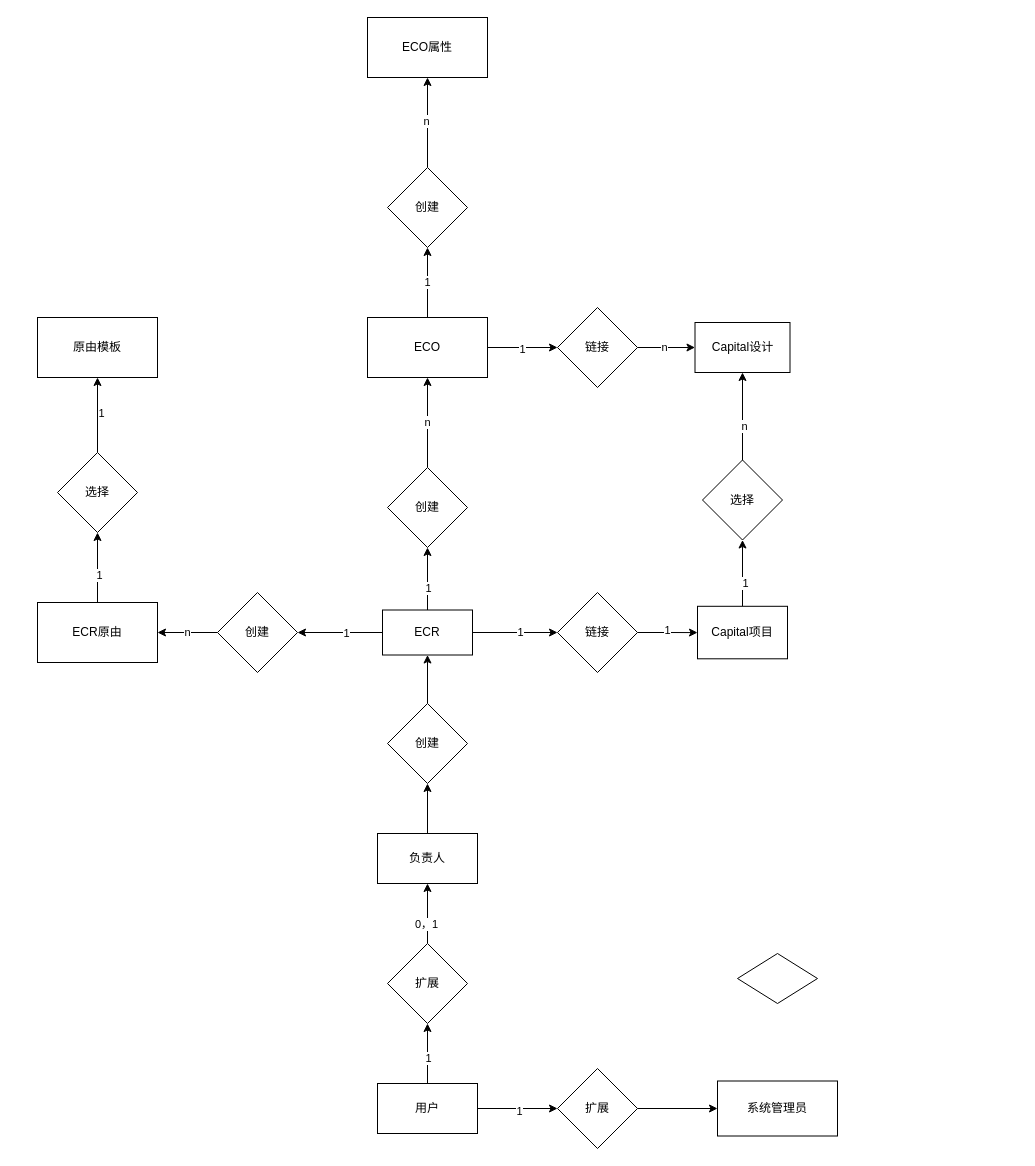
The draw.io diagram ECR/系统ER图.drawio in Merlin218/draw-file, before the edit. Source tidied: cells renumbered, new cells numbered last; positions are measured from the earlier drawing's top-left corner, leaving out a move shared by most shapes. Both pictures are drawn from the tidied source at 100%, with x=0, y=0 at pixel (37, 17).
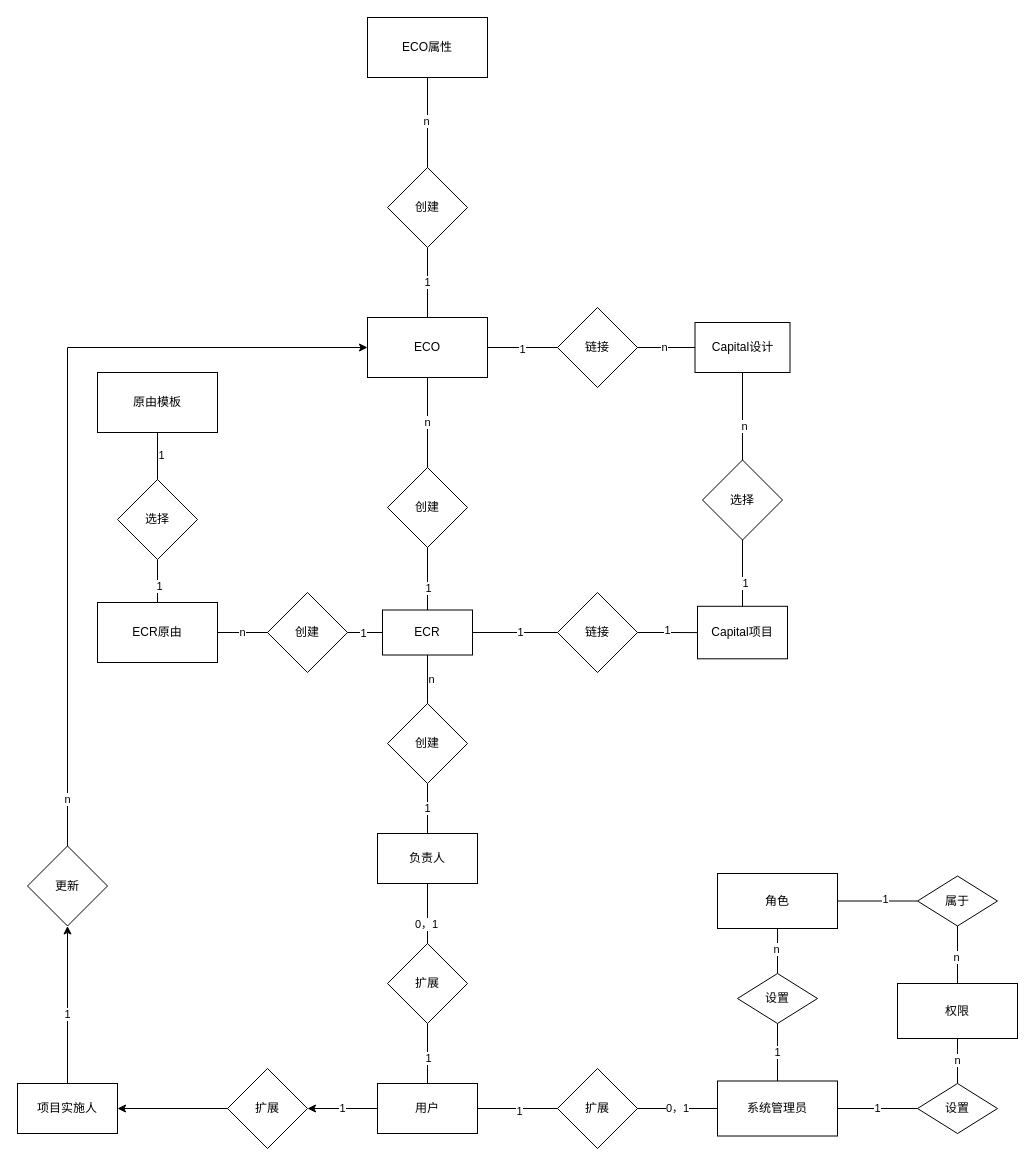
The same page after the edit.

Commit message (it also covers changes not shown here):
更新系统ER图.drawio

The change refers to these unchanged cells:
```xml
<mxCell id="5" value="用户" style="rounded=0;whiteSpace=wrap;html=1;" parent="1" vertex="1">
  <mxGeometry x="340" y="1066" width="100" height="50" as="geometry" />
</mxCell>
<mxCell id="7" value="创建" style="rhombus;whiteSpace=wrap;html=1;rounded=0;" parent="1" vertex="1">
  <mxGeometry x="350" y="686" width="80" height="80" as="geometry" />
</mxCell>
<mxCell id="14" value="ECR" style="whiteSpace=wrap;html=1;rounded=0;" parent="1" vertex="1">
  <mxGeometry x="345" y="592.5" width="90" height="45" as="geometry" />
</mxCell>
<mxCell id="17" value="链接" style="rhombus;whiteSpace=wrap;html=1;rounded=0;" parent="1" vertex="1">
  <mxGeometry x="520" y="575" width="80" height="80" as="geometry" />
</mxCell>
<mxCell id="20" value="Capital项目" style="whiteSpace=wrap;html=1;rounded=0;" parent="1" vertex="1">
  <mxGeometry x="660" y="588.8" width="90" height="52.5" as="geometry" />
</mxCell>
<mxCell id="23" value="选择" style="rhombus;whiteSpace=wrap;html=1;rounded=0;" parent="1" vertex="1">
  <mxGeometry x="665" y="442.5" width="80" height="80" as="geometry" />
</mxCell>
<mxCell id="24" value="Capital设计" style="whiteSpace=wrap;html=1;rounded=0;" parent="1" vertex="1">
  <mxGeometry x="657.5" y="305" width="95" height="50" as="geometry" />
</mxCell>
<mxCell id="26" value="创建" style="rhombus;whiteSpace=wrap;html=1;rounded=0;" parent="1" vertex="1">
  <mxGeometry x="350" y="450" width="80" height="80" as="geometry" />
</mxCell>
<mxCell id="30" value="ECO" style="whiteSpace=wrap;html=1;rounded=0;" parent="1" vertex="1">
  <mxGeometry x="330" y="300" width="120" height="60" as="geometry" />
</mxCell>
<mxCell id="33" value="链接" style="rhombus;whiteSpace=wrap;html=1;rounded=0;" parent="1" vertex="1">
  <mxGeometry x="520" y="290" width="80" height="80" as="geometry" />
</mxCell>
<mxCell id="36" value="创建" style="rhombus;whiteSpace=wrap;html=1;rounded=0;" parent="1" vertex="1">
  <mxGeometry x="350" y="150" width="80" height="80" as="geometry" />
</mxCell>
<mxCell id="37" value="ECO属性" style="whiteSpace=wrap;html=1;rounded=0;" parent="1" vertex="1">
  <mxGeometry x="330" width="120" height="60" as="geometry" />
</mxCell>
<mxCell id="49" value="负责人" style="rounded=0;whiteSpace=wrap;html=1;" parent="1" vertex="1">
  <mxGeometry x="340" y="816" width="100" height="50" as="geometry" />
</mxCell>
<mxCell id="52" value="扩展" style="rhombus;whiteSpace=wrap;html=1;rounded=0;" parent="1" vertex="1">
  <mxGeometry x="350" y="926" width="80" height="80" as="geometry" />
</mxCell>
<mxCell id="54" value="扩展" style="rhombus;whiteSpace=wrap;html=1;rounded=0;" parent="1" vertex="1">
  <mxGeometry x="520" y="1051" width="80" height="80" as="geometry" />
</mxCell>
<mxCell id="55" value="系统管理员" style="whiteSpace=wrap;html=1;rounded=0;" parent="1" vertex="1">
  <mxGeometry x="680" y="1063.5" width="120" height="55" as="geometry" />
</mxCell>
```

What changed in the source:
```diff
@@
-    <mxCell id="2" style="edgeStyle=orthogonalEdgeStyle;rounded=0;jettySize=auto;html=1;" parent="1" edge="1" source="49" target="7">
+    <mxCell id="2" value="1" style="edgeStyle=orthogonalEdgeStyle;rounded=0;jettySize=auto;html=1;endArrow=none;endFill=0;" parent="1" edge="1" source="49" target="7">
       <mxGeometry relative="1" as="geometry" />
     </mxCell>
-    <mxCell id="3" style="edgeStyle=orthogonalEdgeStyle;rounded=0;jettySize=auto;html=1;" parent="1" edge="1" source="5" target="54">
+    <mxCell id="3" style="edgeStyle=orthogonalEdgeStyle;rounded=0;jettySize=auto;html=1;endArrow=none;endFill=0;" parent="1" edge="1" source="5" target="54">
       <mxGeometry relative="1" as="geometry" />
     </mxCell>
@@
+    <mxCell id="57" value="1" style="edgeStyle=orthogonalEdgeStyle;rounded=0;jettySize=auto;html=1;exitX=0;exitY=0.5;exitDx=0;exitDy=0;entryX=1;entryY=0.5;entryDx=0;entryDy=0;" parent="1" edge="1" source="5" target="73">
+      <mxGeometry relative="1" as="geometry" />
+    </mxCell>
@@
-    <mxCell id="6" style="edgeStyle=orthogonalEdgeStyle;rounded=0;jettySize=auto;html=1;" parent="1" edge="1" source="7" target="14">
+    <mxCell id="6" style="edgeStyle=orthogonalEdgeStyle;rounded=0;jettySize=auto;html=1;endArrow=none;endFill=0;" parent="1" edge="1" source="7" target="14">
       <mxGeometry relative="1" as="geometry" />
     </mxCell>
+    <mxCell id="58" value="n" style="edgeLabel;html=1;align=center;verticalAlign=middle;" parent="6" vertex="1">
+      <mxGeometry x="0.03" y="-3" relative="1" as="geometry" />
+    </mxCell>
@@
-    <mxCell id="8" style="edgeStyle=orthogonalEdgeStyle;rounded=0;jettySize=auto;html=1;" parent="1" edge="1" source="14" target="17">
+    <mxCell id="8" style="edgeStyle=orthogonalEdgeStyle;rounded=0;jettySize=auto;html=1;endArrow=none;endFill=0;" parent="1" edge="1" source="14" target="17">
       <mxGeometry relative="1" as="geometry" />
     </mxCell>
@@
-    <mxCell id="10" style="edgeStyle=orthogonalEdgeStyle;rounded=0;jettySize=auto;html=1;" parent="1" edge="1" source="14" target="26">
+    <mxCell id="10" style="edgeStyle=orthogonalEdgeStyle;rounded=0;jettySize=auto;html=1;endArrow=none;endFill=0;" parent="1" edge="1" source="14" target="26">
       <mxGeometry relative="1" as="geometry" />
     </mxCell>
@@
-    <mxCell id="12" style="edgeStyle=orthogonalEdgeStyle;rounded=0;jettySize=auto;html=1;" parent="1" edge="1" source="14" target="39">
+    <mxCell id="12" style="edgeStyle=orthogonalEdgeStyle;rounded=0;jettySize=auto;html=1;endArrow=none;endFill=0;" parent="1" edge="1" source="14" target="39">
       <mxGeometry relative="1" as="geometry" />
     </mxCell>
@@
-    <mxCell id="15" style="edgeStyle=orthogonalEdgeStyle;rounded=0;jettySize=auto;html=1;" parent="1" edge="1" source="17" target="20">
+    <mxCell id="15" style="edgeStyle=orthogonalEdgeStyle;rounded=0;jettySize=auto;html=1;endArrow=none;endFill=0;" parent="1" edge="1" source="17" target="20">
       <mxGeometry relative="1" as="geometry" />
     </mxCell>
@@
-    <mxCell id="18" style="edgeStyle=orthogonalEdgeStyle;rounded=0;jettySize=auto;html=1;" parent="1" edge="1" source="20" target="23">
+    <mxCell id="18" style="edgeStyle=orthogonalEdgeStyle;rounded=0;jettySize=auto;html=1;endArrow=none;endFill=0;" parent="1" edge="1" source="20" target="23">
       <mxGeometry relative="1" as="geometry" />
     </mxCell>
@@
-    <mxCell id="21" style="edgeStyle=orthogonalEdgeStyle;rounded=0;jettySize=auto;html=1;" parent="1" edge="1" source="23" target="24">
+    <mxCell id="21" style="edgeStyle=orthogonalEdgeStyle;rounded=0;jettySize=auto;html=1;endArrow=none;endFill=0;" parent="1" edge="1" source="23" target="24">
       <mxGeometry relative="1" as="geometry" />
     </mxCell>
@@
-    <mxCell id="25" value="n" style="edgeStyle=orthogonalEdgeStyle;rounded=0;jettySize=auto;html=1;" parent="1" edge="1" source="26" target="30">
+    <mxCell id="25" value="n" style="edgeStyle=orthogonalEdgeStyle;rounded=0;jettySize=auto;html=1;endArrow=none;endFill=0;" parent="1" edge="1" source="26" target="30">
       <mxGeometry relative="1" as="geometry" />
     </mxCell>
@@
-    <mxCell id="27" style="edgeStyle=orthogonalEdgeStyle;rounded=0;jettySize=auto;html=1;" parent="1" edge="1" source="30" target="33">
+    <mxCell id="27" style="edgeStyle=orthogonalEdgeStyle;rounded=0;jettySize=auto;html=1;endArrow=none;endFill=0;" parent="1" edge="1" source="30" target="33">
       <mxGeometry relative="1" as="geometry" />
     </mxCell>
@@
-    <mxCell id="29" value="1" style="edgeStyle=orthogonalEdgeStyle;rounded=0;jettySize=auto;html=1;" parent="1" edge="1" source="30" target="36">
+    <mxCell id="29" value="1" style="edgeStyle=orthogonalEdgeStyle;rounded=0;jettySize=auto;html=1;endArrow=none;endFill=0;" parent="1" edge="1" source="30" target="36">
       <mxGeometry relative="1" as="geometry" />
     </mxCell>
@@
-    <mxCell id="31" style="edgeStyle=orthogonalEdgeStyle;rounded=0;jettySize=auto;html=1;" parent="1" edge="1" source="33" target="24">
+    <mxCell id="31" style="edgeStyle=orthogonalEdgeStyle;rounded=0;jettySize=auto;html=1;endArrow=none;endFill=0;" parent="1" edge="1" source="33" target="24">
       <mxGeometry relative="1" as="geometry" />
     </mxCell>
@@
-    <mxCell id="34" style="edgeStyle=orthogonalEdgeStyle;rounded=0;jettySize=auto;html=1;" parent="1" edge="1" source="36" target="37">
+    <mxCell id="34" style="edgeStyle=orthogonalEdgeStyle;rounded=0;jettySize=auto;html=1;endArrow=none;endFill=0;" parent="1" edge="1" source="36" target="37">
       <mxGeometry relative="1" as="geometry" />
     </mxCell>
@@
-    <mxCell id="38" value="n" style="edgeStyle=orthogonalEdgeStyle;rounded=0;jettySize=auto;html=1;" parent="1" edge="1" source="39" target="42">
+    <mxCell id="38" value="n" style="edgeStyle=orthogonalEdgeStyle;rounded=0;jettySize=auto;html=1;endArrow=none;endFill=0;exitX=0;exitY=0.5;exitDx=0;exitDy=0;" parent="1" edge="1" source="39" target="42">
       <mxGeometry relative="1" as="geometry" />
     </mxCell>
     <mxCell id="39" value="创建" style="rhombus;whiteSpace=wrap;html=1;rounded=0;" parent="1" vertex="1">
-      <mxGeometry x="180" y="575" width="80" height="80" as="geometry" />
+      <mxGeometry x="230" y="575" width="80" height="80" as="geometry" />
     </mxCell>
-    <mxCell id="40" style="edgeStyle=orthogonalEdgeStyle;rounded=0;jettySize=auto;html=1;" parent="1" edge="1" source="42" target="46">
+    <mxCell id="40" style="edgeStyle=orthogonalEdgeStyle;rounded=0;jettySize=auto;html=1;endArrow=none;endFill=0;" parent="1" edge="1" source="42" target="46">
       <mxGeometry relative="1" as="geometry" />
     </mxCell>
@@
     <mxCell id="42" value="ECR原由" style="whiteSpace=wrap;html=1;rounded=0;" parent="1" vertex="1">
-      <mxGeometry y="585" width="120" height="60" as="geometry" />
+      <mxGeometry x="60" y="585" width="120" height="60" as="geometry" />
     </mxCell>
     <mxCell id="43" value="原由模板" style="whiteSpace=wrap;html=1;rounded=0;" parent="1" vertex="1">
-      <mxGeometry y="300" width="120" height="60" as="geometry" />
+      <mxGeometry x="60" y="355" width="120" height="60" as="geometry" />
     </mxCell>
-    <mxCell id="44" style="edgeStyle=orthogonalEdgeStyle;rounded=0;jettySize=auto;html=1;entryX=0.5;entryY=1;entryDx=0;entryDy=0;" parent="1" edge="1" source="46" target="43">
+    <mxCell id="44" style="edgeStyle=orthogonalEdgeStyle;rounded=0;jettySize=auto;html=1;entryX=0.5;entryY=1;entryDx=0;entryDy=0;endArrow=none;endFill=0;" parent="1" edge="1" source="46" target="43">
       <mxGeometry relative="1" as="geometry" />
     </mxCell>
@@
     <mxCell id="46" value="选择" style="rhombus;whiteSpace=wrap;html=1;rounded=0;" parent="1" vertex="1">
-      <mxGeometry x="20" y="435" width="80" height="80" as="geometry" />
+      <mxGeometry x="80" y="462" width="80" height="80" as="geometry" />
     </mxCell>
-    <mxCell id="47" style="edgeStyle=orthogonalEdgeStyle;rounded=0;jettySize=auto;html=1;" parent="1" edge="1" source="52" target="49">
+    <mxCell id="47" style="edgeStyle=orthogonalEdgeStyle;rounded=0;jettySize=auto;html=1;endArrow=none;endFill=0;" parent="1" edge="1" source="52" target="49">
       <mxGeometry relative="1" as="geometry" />
     </mxCell>
@@
-    <mxCell id="50" style="edgeStyle=orthogonalEdgeStyle;rounded=0;jettySize=auto;html=1;" parent="1" edge="1" source="5" target="52">
+    <mxCell id="50" style="edgeStyle=orthogonalEdgeStyle;rounded=0;jettySize=auto;html=1;endArrow=none;endFill=0;" parent="1" edge="1" source="5" target="52">
       <mxGeometry relative="1" as="geometry" />
     </mxCell>
@@
-    <mxCell id="53" style="edgeStyle=orthogonalEdgeStyle;rounded=0;jettySize=auto;html=1;" parent="1" edge="1" source="54" target="55">
+    <mxCell id="53" value="0，1" style="edgeStyle=orthogonalEdgeStyle;rounded=0;jettySize=auto;html=1;endArrow=none;endFill=0;" parent="1" edge="1" source="54" target="55">
       <mxGeometry relative="1" as="geometry" />
     </mxCell>
@@
+    <mxCell id="59" value="1" style="edgeStyle=orthogonalEdgeStyle;rounded=0;jettySize=auto;html=1;exitX=0.5;exitY=0;exitDx=0;exitDy=0;entryX=0.5;entryY=1;entryDx=0;entryDy=0;endArrow=none;endFill=0;" parent="1" edge="1" source="55" target="56">
+      <mxGeometry relative="1" as="geometry" />
+    </mxCell>
+    <mxCell id="60" value="1" style="edgeStyle=orthogonalEdgeStyle;rounded=0;jettySize=auto;html=1;exitX=1;exitY=0.5;exitDx=0;exitDy=0;endArrow=none;endFill=0;" parent="1" edge="1" source="55">
+      <mxGeometry relative="1" as="geometry">
+        <mxPoint x="880" y="1091" as="targetPoint" />
+      </mxGeometry>
+    </mxCell>
@@
+    <mxCell id="61" style="edgeStyle=orthogonalEdgeStyle;rounded=0;jettySize=auto;html=1;exitX=0.5;exitY=0;exitDx=0;exitDy=0;entryX=0.5;entryY=1;entryDx=0;entryDy=0;endArrow=none;endFill=0;" parent="1" edge="1" source="56" target="63">
+      <mxGeometry relative="1" as="geometry" />
+    </mxCell>
+    <mxCell id="62" value="n" style="edgeLabel;html=1;align=center;verticalAlign=middle;" parent="61" vertex="1">
+      <mxGeometry x="0.12" y="2" relative="1" as="geometry" />
+    </mxCell>
-    <mxCell id="56" style="rhombus;whiteSpace=wrap;html=1;" parent="1" vertex="1">
-      <mxGeometry x="700" y="936" width="80" height="50" as="geometry" />
+    <mxCell id="56" value="设置" style="rhombus;whiteSpace=wrap;html=1;" parent="1" vertex="1">
+      <mxGeometry x="700" y="956" width="80" height="50" as="geometry" />
     </mxCell>
+    <mxCell id="63" value="角色" style="whiteSpace=wrap;html=1;rounded=0;" parent="1" vertex="1">
+      <mxGeometry x="680" y="856" width="120" height="55" as="geometry" />
+    </mxCell>
+    <mxCell id="64" value="n" style="edgeStyle=orthogonalEdgeStyle;rounded=0;jettySize=auto;html=1;exitX=0.5;exitY=0;exitDx=0;exitDy=0;endArrow=none;endFill=0;" parent="1" edge="1" source="65" target="68">
+      <mxGeometry relative="1" as="geometry" />
+    </mxCell>
+    <mxCell id="65" value="设置" style="rhombus;whiteSpace=wrap;html=1;" parent="1" vertex="1">
+      <mxGeometry x="880" y="1066" width="80" height="50" as="geometry" />
+    </mxCell>
+    <mxCell id="66" style="edgeStyle=orthogonalEdgeStyle;rounded=0;jettySize=auto;html=1;exitX=0.5;exitY=0;exitDx=0;exitDy=0;entryX=0.5;entryY=1;entryDx=0;entryDy=0;endArrow=none;endFill=0;" parent="1" edge="1" source="68" target="71">
+      <mxGeometry relative="1" as="geometry" />
+    </mxCell>
+    <mxCell id="67" value="n" style="edgeLabel;html=1;align=center;verticalAlign=middle;" parent="66" vertex="1">
+      <mxGeometry x="-0.05" y="2" relative="1" as="geometry" />
+    </mxCell>
+    <mxCell id="68" value="权限" style="whiteSpace=wrap;html=1;rounded=0;" parent="1" vertex="1">
+      <mxGeometry x="860" y="966" width="120" height="55" as="geometry" />
+    </mxCell>
+    <mxCell id="69" style="edgeStyle=orthogonalEdgeStyle;rounded=0;jettySize=auto;html=1;exitX=0;exitY=0.5;exitDx=0;exitDy=0;entryX=1;entryY=0.5;entryDx=0;entryDy=0;endArrow=none;endFill=0;" parent="1" edge="1" source="71" target="63">
+      <mxGeometry relative="1" as="geometry" />
+    </mxCell>
+    <mxCell id="70" value="1" style="edgeLabel;html=1;align=center;verticalAlign=middle;" parent="69" vertex="1">
+      <mxGeometry x="-0.17" y="-2" relative="1" as="geometry" />
+    </mxCell>
+    <mxCell id="71" value="属于" style="rhombus;whiteSpace=wrap;html=1;" parent="1" vertex="1">
+      <mxGeometry x="880" y="858.5" width="80" height="50" as="geometry" />
+    </mxCell>
+    <mxCell id="72" style="edgeStyle=orthogonalEdgeStyle;rounded=0;jettySize=auto;html=1;exitX=0;exitY=0.5;exitDx=0;exitDy=0;entryX=1;entryY=0.5;entryDx=0;entryDy=0;" parent="1" edge="1" source="73" target="76">
+      <mxGeometry relative="1" as="geometry" />
+    </mxCell>
+    <mxCell id="73" value="扩展" style="rhombus;whiteSpace=wrap;html=1;rounded=0;" parent="1" vertex="1">
+      <mxGeometry x="190" y="1051" width="80" height="80" as="geometry" />
+    </mxCell>
+    <mxCell id="74" style="edgeStyle=orthogonalEdgeStyle;rounded=0;jettySize=auto;html=1;exitX=0.5;exitY=0;exitDx=0;exitDy=0;entryX=0.5;entryY=1;entryDx=0;entryDy=0;" parent="1" edge="1" source="76" target="79">
+      <mxGeometry relative="1" as="geometry" />
+    </mxCell>
+    <mxCell id="75" value="1" style="edgeLabel;html=1;align=center;verticalAlign=middle;" parent="74" vertex="1">
+      <mxGeometry x="-0.11" y="1" relative="1" as="geometry" />
+    </mxCell>
+    <mxCell id="76" value="项目实施人" style="rounded=0;whiteSpace=wrap;html=1;" parent="1" vertex="1">
+      <mxGeometry x="-20" y="1066" width="100" height="50" as="geometry" />
+    </mxCell>
+    <mxCell id="77" style="edgeStyle=orthogonalEdgeStyle;rounded=0;jettySize=auto;html=1;exitX=0.5;exitY=0;exitDx=0;exitDy=0;entryX=0;entryY=0.5;entryDx=0;entryDy=0;" parent="1" edge="1" source="79" target="30">
+      <mxGeometry relative="1" as="geometry" />
+    </mxCell>
+    <mxCell id="78" value="n" style="edgeLabel;html=1;align=center;verticalAlign=middle;" parent="77" vertex="1">
+      <mxGeometry x="-0.88" y="1" relative="1" as="geometry">
+        <mxPoint y="1" as="offset" />
+      </mxGeometry>
+    </mxCell>
+    <mxCell id="79" value="更新" style="rhombus;whiteSpace=wrap;html=1;" parent="1" vertex="1">
+      <mxGeometry x="-10" y="828.5" width="80" height="80" as="geometry" />
+    </mxCell>
```
